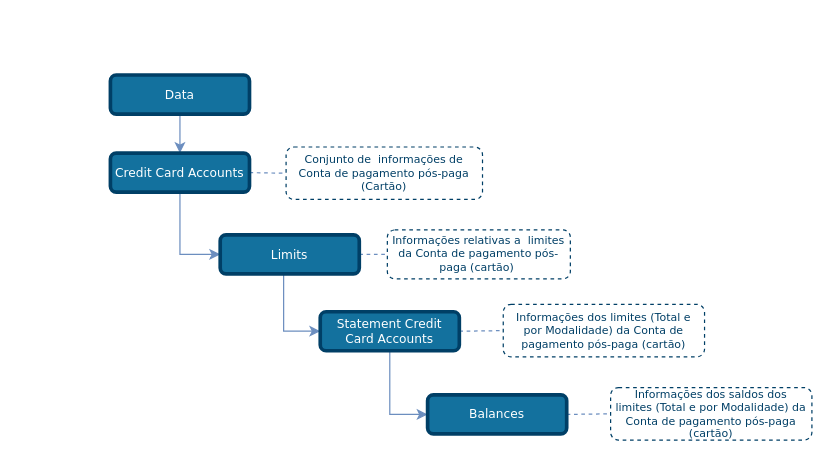
Before: draw_io_diagrams/credit_cards/TLD_CreditCardAccount_Limits.drawio in OpenBanking-Brasil/areadesenvolvedor, a draw.io diagram. Source tidied: cells renumbered, new cells numbered last; positions are measured from the earlier drawing's top-left corner, leaving out a move shared by most shapes. Both pictures are drawn from the tidied source at 122%, with x=0, y=0 at pixel (110, 74).
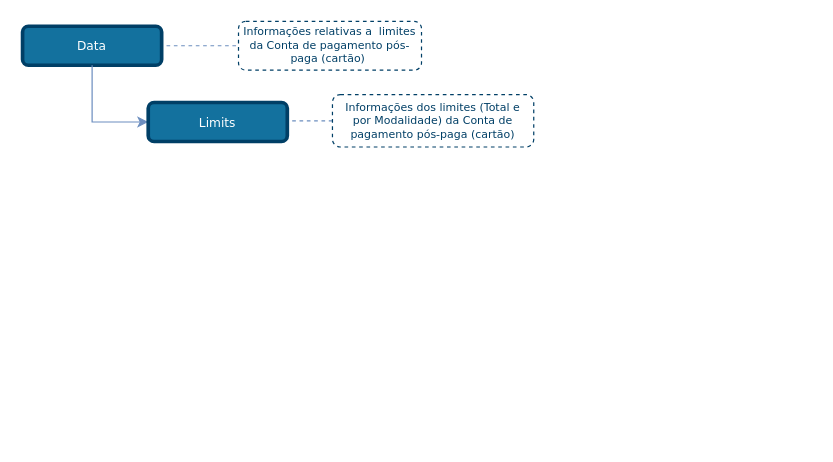
After the change.

Commit message (it also covers changes not shown here):
Credit Cards Account - Update TLDs

What changed in the source:
```diff
@@
 <mxGraphModel>
   <root>
     <mxCell id="0" />
     <mxCell id="1" parent="0" />
-    <mxCell id="2" style="edgeStyle=none;rounded=1;jettySize=auto;html=1;entryX=0;entryY=0.5;entryDx=0;entryDy=0;dashed=1;endArrow=none;endFill=0;endSize=6;strokeColor=#6C8EBF;exitX=1;exitY=0.5;exitDx=0;exitDy=0;" parent="1" edge="1" source="17" target="8">
-      <mxGeometry relative="1" as="geometry" />
+    <mxCell id="2" style="edgeStyle=none;rounded=1;jettySize=auto;html=1;entryX=0;entryY=0.5;entryDx=0;entryDy=0;dashed=1;endArrow=none;endFill=0;endSize=6;strokeColor=#6C8EBF;" parent="1" edge="1" target="8">
+      <mxGeometry relative="1" as="geometry">
+        <mxPoint x="46" y="-24" as="sourcePoint" />
+      </mxGeometry>
     </mxCell>
-    <mxCell id="3" style="edgeStyle=orthogonalEdgeStyle;rounded=0;jettySize=auto;html=1;exitX=0.5;exitY=1;exitDx=0;exitDy=0;entryX=0.5;entryY=0;entryDx=0;entryDy=0;endSize=6;fillColor=#dae8fc;strokeColor=#6c8ebf;comic=0;shadow=0;backgroundOutline=0;snapToPoint=0;fixDash=0;endArrow=classic;endFill=1;" parent="1" edge="1" source="4">
-      <mxGeometry relative="1" as="geometry">
-        <mxPoint x="57" y="64" as="targetPoint" />
-      </mxGeometry>
-    </mxCell>
     <mxCell id="4" value="Data" style="rounded=1;whiteSpace=wrap;html=1;comic=0;shadow=0;backgroundOutline=0;snapToPoint=0;fixDash=0;strokeWidth=3;fontFamily=Verdana;fontStyle=0;labelBackgroundColor=none;labelBorderColor=none;fontSize=10;fillColor=#13719E;strokeColor=#003F66;fontColor=#ffffff;" parent="1" vertex="1">
-      <mxGeometry width="114" height="32" as="geometry" />
+      <mxGeometry x="-72" y="-40" width="114" height="32" as="geometry" />
     </mxCell>
-    <mxCell id="5" style="edgeStyle=orthogonalEdgeStyle;rounded=0;jettySize=auto;html=1;exitX=0.5;exitY=1;exitDx=0;exitDy=0;entryX=0;entryY=0.5;entryDx=0;entryDy=0;strokeColor=#6C8EBF;endArrow=classic;endFill=1;" parent="1" edge="1" source="9" target="17">
+    <mxCell id="5" style="edgeStyle=orthogonalEdgeStyle;rounded=0;jettySize=auto;html=1;entryX=0;entryY=0.5;entryDx=0;entryDy=0;strokeColor=#6C8EBF;endArrow=classic;endFill=1;exitX=0.5;exitY=1;exitDx=0;exitDy=0;" parent="1" edge="1" source="4" target="17">
       <mxGeometry relative="1" as="geometry" />
     </mxCell>
-    <mxCell id="6" style="edgeStyle=none;rounded=1;jettySize=auto;html=1;exitX=1;exitY=0.5;exitDx=0;exitDy=0;entryX=0;entryY=0.5;entryDx=0;entryDy=0;dashed=1;endArrow=none;endFill=0;endSize=6;strokeColor=#6C8EBF;" parent="1" edge="1" source="9" target="7">
-      <mxGeometry relative="1" as="geometry" />
-    </mxCell>
-    <mxCell id="7" value="&lt;font style=&quot;font-size: 9px&quot;&gt;Conjunto de&amp;nbsp; informações de Conta de pagamento pós-paga (Cartão)&lt;/font&gt;" style="rounded=1;whiteSpace=wrap;html=1;shadow=0;comic=0;strokeColor=#003F66;strokeWidth=1;fillColor=#ffffff;fontFamily=Verdana;fontSize=9;fontColor=#003F66;dashed=1;spacingLeft=5;spacing=0;spacingRight=5;spacingBottom=5;spacingTop=5;align=center;verticalAlign=middle;gradientColor=#ffffff;" parent="1" vertex="1">
-      <mxGeometry x="144" y="59" width="161" height="43" as="geometry" />
-    </mxCell>
     <mxCell id="8" value="&lt;font style=&quot;font-size: 9px&quot;&gt;Informações relativas a&amp;nbsp; limites da Conta de pagamento pós-paga (cartão)&amp;nbsp;&lt;/font&gt;" style="rounded=1;whiteSpace=wrap;html=1;shadow=0;comic=0;strokeColor=#003F66;strokeWidth=1;fillColor=#ffffff;fontFamily=Verdana;fontSize=9;fontColor=#003F66;dashed=1;spacingLeft=5;spacing=0;spacingRight=5;spacingBottom=5;spacingTop=5;align=center;verticalAlign=middle;gradientColor=#ffffff;" parent="1" vertex="1">
-      <mxGeometry x="227" y="127" width="150" height="40" as="geometry" />
+      <mxGeometry x="105" y="-44" width="150" height="40" as="geometry" />
     </mxCell>
-    <mxCell id="9" value="Credit Card Accounts" style="rounded=1;whiteSpace=wrap;html=1;comic=0;shadow=0;backgroundOutline=0;snapToPoint=0;fixDash=0;strokeWidth=3;fontFamily=Verdana;fontStyle=0;labelBackgroundColor=none;labelBorderColor=none;fontSize=10;fillColor=#13719E;strokeColor=#003F66;fontColor=#ffffff;" parent="1" vertex="1">
-      <mxGeometry y="64" width="114" height="32" as="geometry" />
-    </mxCell>
-    <mxCell id="10" style="edgeStyle=none;rounded=1;jettySize=auto;html=1;entryX=0;entryY=0.5;entryDx=0;entryDy=0;dashed=1;endArrow=none;endFill=0;endSize=6;strokeColor=#6C8EBF;exitX=1;exitY=0.5;exitDx=0;exitDy=0;" parent="1" edge="1" source="16" target="11">
-      <mxGeometry relative="1" as="geometry" />
+    <mxCell id="10" style="edgeStyle=none;rounded=1;jettySize=auto;html=1;entryX=0;entryY=0.5;entryDx=0;entryDy=0;dashed=1;endArrow=none;endFill=0;endSize=6;strokeColor=#6C8EBF;" parent="1" edge="1" target="11">
+      <mxGeometry relative="1" as="geometry">
+        <mxPoint x="149" y="37.5" as="sourcePoint" />
+      </mxGeometry>
     </mxCell>
     <mxCell id="11" value="&lt;font style=&quot;font-size: 9px&quot;&gt;Informações dos limites (Total e por Modalidade) da Conta de pagamento pós-paga (cartão)&lt;/font&gt;" style="rounded=1;whiteSpace=wrap;html=1;shadow=0;comic=0;strokeColor=#003F66;strokeWidth=1;fillColor=#ffffff;fontFamily=Verdana;fontSize=9;fontColor=#003F66;dashed=1;spacingLeft=5;spacing=0;spacingRight=5;spacingBottom=5;spacingTop=5;align=center;verticalAlign=middle;gradientColor=#ffffff;" parent="1" vertex="1">
-      <mxGeometry x="322" y="188" width="165" height="43" as="geometry" />
+      <mxGeometry x="182" y="16" width="165" height="43" as="geometry" />
     </mxCell>
-    <mxCell id="12" style="edgeStyle=orthogonalEdgeStyle;rounded=0;jettySize=auto;html=1;entryX=0;entryY=0.5;entryDx=0;entryDy=0;strokeColor=#6C8EBF;endArrow=classic;endFill=1;exitX=0.456;exitY=0.995;exitDx=0;exitDy=0;exitPerimeter=0;" parent="1" edge="1" source="17" target="16">
-      <mxGeometry relative="1" as="geometry" />
-    </mxCell>
-    <mxCell id="13" style="edgeStyle=none;rounded=1;jettySize=auto;html=1;entryX=0;entryY=0.5;entryDx=0;entryDy=0;dashed=1;endArrow=none;endFill=0;endSize=6;strokeColor=#6C8EBF;exitX=1;exitY=0.5;exitDx=0;exitDy=0;" parent="1" edge="1" source="18" target="14">
-      <mxGeometry relative="1" as="geometry" />
-    </mxCell>
-    <mxCell id="14" value="&lt;font style=&quot;font-size: 9px&quot;&gt;Informações dos saldos dos limites (Total e por Modalidade) da Conta de pagamento pós-paga (cartão)&lt;/font&gt;" style="rounded=1;whiteSpace=wrap;html=1;shadow=0;comic=0;strokeColor=#003F66;strokeWidth=1;fillColor=#ffffff;fontFamily=Verdana;fontSize=9;fontColor=#003F66;dashed=1;spacingLeft=5;spacing=0;spacingRight=5;spacingBottom=5;spacingTop=5;align=center;verticalAlign=middle;gradientColor=#ffffff;" parent="1" vertex="1">
-      <mxGeometry x="410" y="256.2" width="165" height="43" as="geometry" />
-    </mxCell>
-    <mxCell id="15" style="edgeStyle=orthogonalEdgeStyle;rounded=0;jettySize=auto;html=1;strokeColor=#6C8EBF;endArrow=classic;endFill=1;exitX=0.5;exitY=1;exitDx=0;exitDy=0;entryX=0;entryY=0.5;entryDx=0;entryDy=0;" parent="1" edge="1" source="16" target="18">
-      <mxGeometry relative="1" as="geometry" />
-    </mxCell>
-    <mxCell id="16" value="Statement Credit Card Accounts" style="rounded=1;whiteSpace=wrap;html=1;comic=0;shadow=0;backgroundOutline=0;snapToPoint=0;fixDash=0;strokeWidth=3;fontFamily=Verdana;fontStyle=0;labelBackgroundColor=none;labelBorderColor=none;fontSize=10;fillColor=#13719E;strokeColor=#003F66;fontColor=#ffffff;" parent="1" vertex="1">
-      <mxGeometry x="172" y="194" width="114" height="32" as="geometry" />
-    </mxCell>
     <mxCell id="17" value="Limits" style="rounded=1;whiteSpace=wrap;html=1;comic=0;shadow=0;backgroundOutline=0;snapToPoint=0;fixDash=0;strokeWidth=3;fontFamily=Verdana;fontStyle=0;labelBackgroundColor=none;labelBorderColor=none;fontSize=10;fillColor=#13719E;strokeColor=#003F66;fontColor=#ffffff;" parent="1" vertex="1">
-      <mxGeometry x="90" y="131" width="114" height="32" as="geometry" />
+      <mxGeometry x="31" y="22.5" width="114" height="32" as="geometry" />
     </mxCell>
-    <mxCell id="18" value="Balances" style="rounded=1;whiteSpace=wrap;html=1;comic=0;shadow=0;backgroundOutline=0;snapToPoint=0;fixDash=0;strokeWidth=3;fontFamily=Verdana;fontStyle=0;labelBackgroundColor=none;labelBorderColor=none;fontSize=10;fillColor=#13719E;strokeColor=#003F66;fontColor=#ffffff;" parent="1" vertex="1">
-      <mxGeometry x="260" y="262.2" width="114" height="32" as="geometry" />
-    </mxCell>
   </root>
 </mxGraphModel>
```
